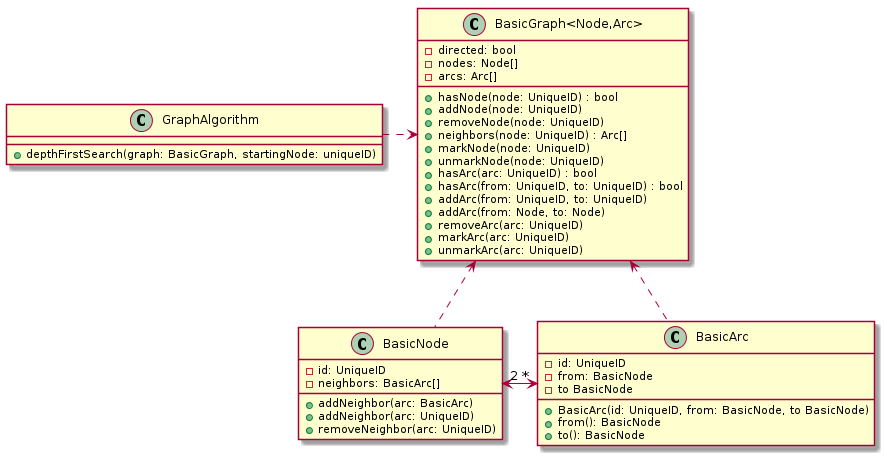
Above: doc/uml/graph.png in Lecrapouille/SimTaDyn (PlantUML), before the change. The source it was exported from:
```plantuml
@startuml

class BasicNode {
-id: UniqueID
-neighbors: BasicArc[]
+addNeighbor(arc: BasicArc)
+addNeighbor(arc: UniqueID)
+removeNeighbor(arc: UniqueID)
}

class BasicArc {
-id: UniqueID
-from: BasicNode
-to BasicNode
+BasicArc(id: UniqueID, from: BasicNode, to BasicNode)
+from(): BasicNode
+to(): BasicNode
}

BasicNode "2" <-> "*" BasicArc

class "BasicGraph<Node,Arc>" as BasicGraph
class BasicGraph {
-directed: bool
-nodes: Node[]
-arcs: Arc[]
+hasNode(node: UniqueID) : bool
+addNode(node: UniqueID)
+removeNode(node: UniqueID)
+neighbors(node: UniqueID) : Arc[]
+markNode(node: UniqueID)
+unmarkNode(node: UniqueID)
+hasArc(arc: UniqueID) : bool
+hasArc(from: UniqueID, to: UniqueID) : bool
+addArc(from: UniqueID, to: UniqueID)
+addArc(from: Node, to: Node)
+removeArc(arc: UniqueID)
+markArc(arc: UniqueID)
+unmarkArc(arc: UniqueID)
}

BasicGraph <.. BasicArc
BasicGraph <.. BasicNode

class GraphAlgorithm {
+depthFirstSearch(graph: BasicGraph, startingNode: uniqueID)
}

GraphAlgorithm .> BasicGraph

@enduml
```
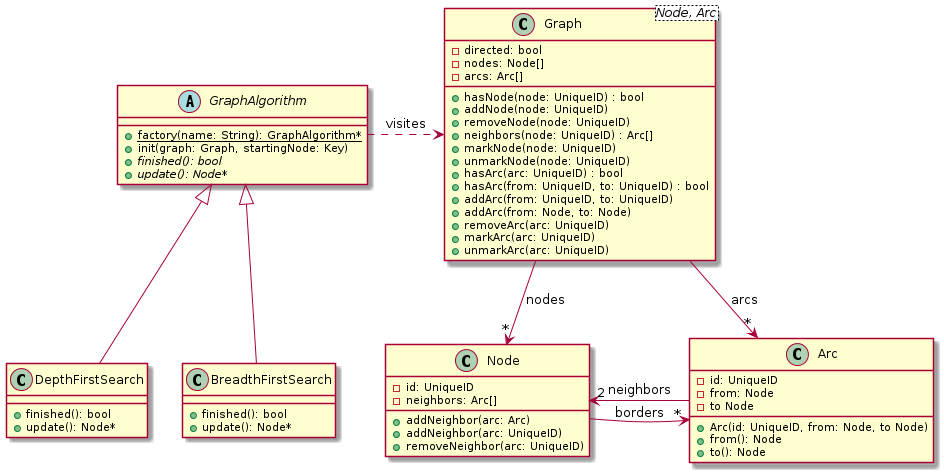
After the commit.

What changed in the source:
```diff
@@ -1,26 +1,26 @@
 @startuml
 
-class BasicNode {
+class Node {
 -id: UniqueID
--neighbors: BasicArc[]
-+addNeighbor(arc: BasicArc)
+-neighbors: Arc[]
++addNeighbor(arc: Arc)
 +addNeighbor(arc: UniqueID)
 +removeNeighbor(arc: UniqueID)
 }
 
-class BasicArc {
+class Arc {
 -id: UniqueID
--from: BasicNode
--to BasicNode
-+BasicArc(id: UniqueID, from: BasicNode, to BasicNode)
-+from(): BasicNode
-+to(): BasicNode
+-from: Node
+-to Node
++Arc(id: UniqueID, from: Node, to Node)
++from(): Node
++to(): Node
 }
 
-BasicNode "2" <-> "*" BasicArc
+Node "2" <- Arc: neighbors
+Node -> "*" Arc: borders
 
-class "BasicGraph<Node,Arc>" as BasicGraph
-class BasicGraph {
+class Graph<Node, Arc> {
 -directed: bool
 -nodes: Node[]
 -arcs: Arc[]
@@ -39,13 +39,28 @@
 +unmarkArc(arc: UniqueID)
 }
 
-BasicGraph <.. BasicArc
-BasicGraph <.. BasicNode
+Graph --> "*" Arc: arcs
+Graph --> "*" Node: nodes
 
-class GraphAlgorithm {
-+depthFirstSearch(graph: BasicGraph, startingNode: uniqueID)
+abstract class GraphAlgorithm {
++{static} factory(name: String): GraphAlgorithm*
++init(graph: Graph, startingNode: Key)
++{abstract} finished(): bool
++{abstract} update(): Node*
 }
 
-GraphAlgorithm .> BasicGraph
+class DepthFirstSearch {
++finished(): bool
++update(): Node*
+}
+
+class BreadthFirstSearch {
++finished(): bool
++update(): Node*
+}
+
+GraphAlgorithm .> Graph : visites
+GraphAlgorithm <|-- DepthFirstSearch
+GraphAlgorithm <|-- BreadthFirstSearch
 
 @enduml
```
